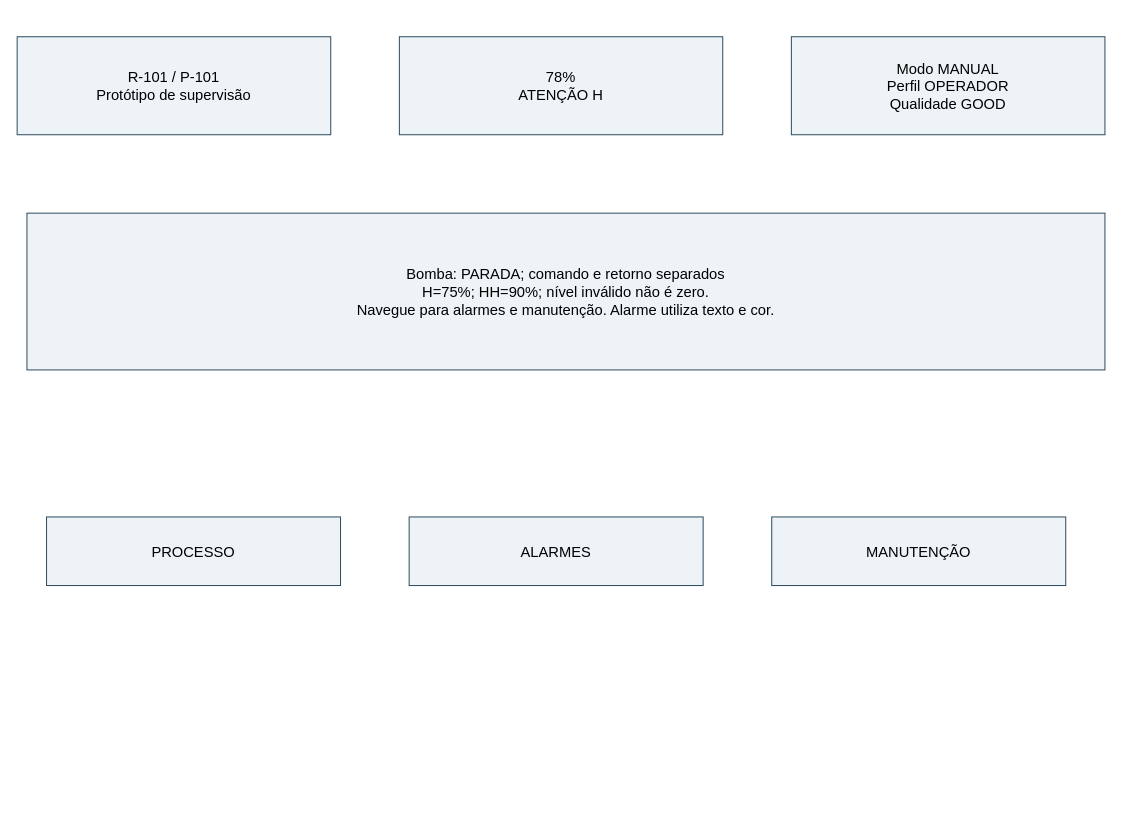
Before: page "TP08 - Processo - atenção" (4 of 11) of TP08/prototipo/prototipo.drawio in HomemDaGrana/sistemas-automatizados, a draw.io diagram. Source tidied: cells renumbered, new cells numbered last; positions are measured from the earlier drawing's top-left corner, leaving out a move shared by most shapes. Both pictures are drawn from the tidied source at 98%, with x=0, y=0 at pixel (17, 36).
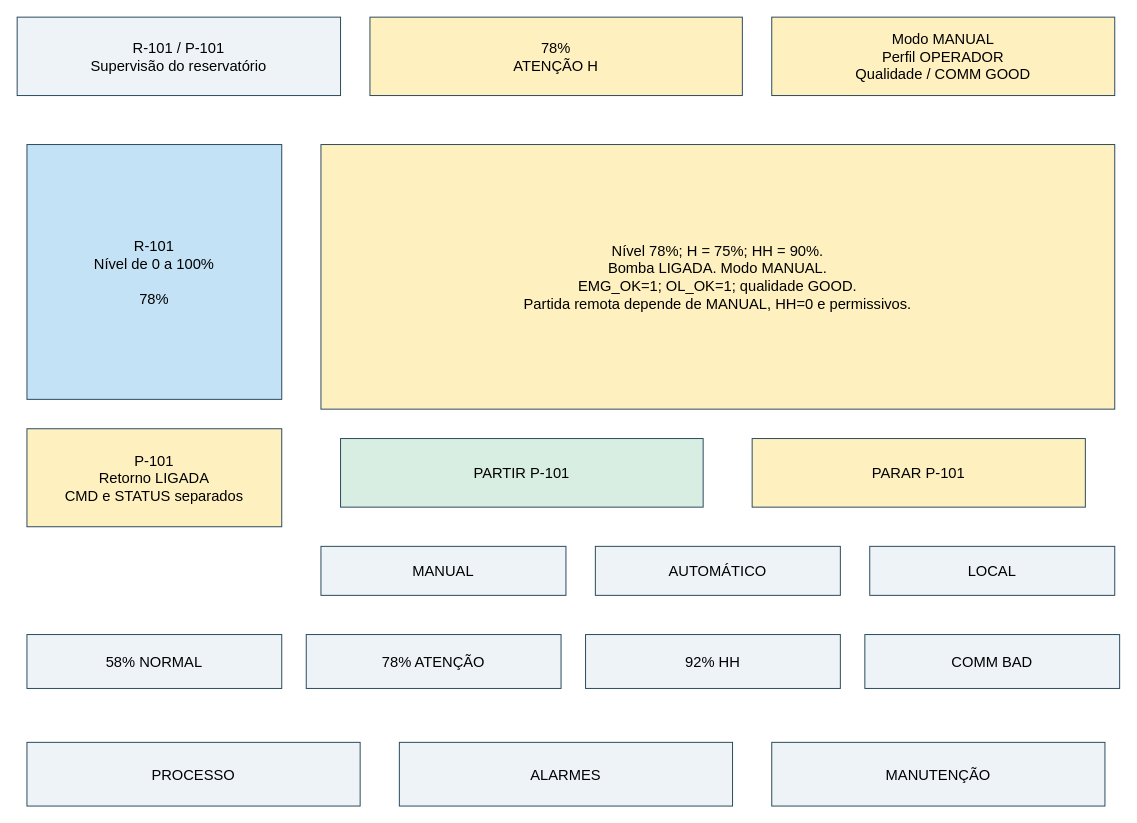
Above is the later version.

Diff of the diagram source:
```diff
@@
 <mxGraphModel>
   <root>
     <mxCell id="0" />
     <mxCell id="1" parent="0" />
-    <mxCell id="2" value="R-101 / P-101&lt;br&gt;Protótipo de supervisão" style="whiteSpace=wrap;html=1;fontSize=15;fontFamily=Arial;fillColor=#edf3f7;strokeColor=#29485c;" parent="1" vertex="1">
-      <mxGeometry width="320" height="100" as="geometry" />
-    </mxCell>
+    <mxCell id="9" value="R-101 / P-101&lt;br&gt;Supervisão do reservatório" style="whiteSpace=wrap;html=1;fontSize=15;fontFamily=Arial;fillColor=#edf3f7;strokeColor=#29485c;fillColor=#edf3f7;" parent="1" vertex="1">
+      <mxGeometry y="-20" width="330" height="80" as="geometry" />
+    </mxCell>
-    <mxCell id="3" value="78%&lt;br&gt;ATENÇÃO H" style="whiteSpace=wrap;html=1;fontSize=15;fontFamily=Arial;fillColor=#edf3f7;strokeColor=#29485c;" parent="1" vertex="1">
-      <mxGeometry x="390" width="330" height="100" as="geometry" />
+    <mxCell id="3" value="78%&lt;br&gt;ATENÇÃO H" style="whiteSpace=wrap;html=1;fontSize=15;fontFamily=Arial;fillColor=#edf3f7;strokeColor=#29485c;fillColor=#fff1bf;" parent="1" vertex="1">
+      <mxGeometry x="360" y="-20" width="380" height="80" as="geometry" />
     </mxCell>
-    <mxCell id="4" value="Modo MANUAL&lt;br&gt;Perfil OPERADOR&lt;br&gt;Qualidade GOOD" style="whiteSpace=wrap;html=1;fontSize=15;fontFamily=Arial;fillColor=#edf3f7;strokeColor=#29485c;" parent="1" vertex="1">
-      <mxGeometry x="790" width="320" height="100" as="geometry" />
+    <mxCell id="4" value="Modo MANUAL&lt;br&gt;Perfil OPERADOR&lt;br&gt;Qualidade / COMM GOOD" style="whiteSpace=wrap;html=1;fontSize=15;fontFamily=Arial;fillColor=#edf3f7;strokeColor=#29485c;fillColor=#fff1bf;" parent="1" vertex="1">
+      <mxGeometry x="770" y="-20" width="350" height="80" as="geometry" />
     </mxCell>
-    <mxCell id="5" value="Bomba: PARADA; comando e retorno separados&lt;br&gt;H=75%; HH=90%; nível inválido não é zero.&lt;br&gt;Navegue para alarmes e manutenção. Alarme utiliza texto e cor." style="whiteSpace=wrap;html=1;fontSize=15;fontFamily=Arial;fillColor=#edf3f7;strokeColor=#29485c;" parent="1" vertex="1">
-      <mxGeometry x="10" y="180" width="1100" height="160" as="geometry" />
-    </mxCell>
+    <mxCell id="10" value="R-101&lt;br&gt;Nível de 0 a 100%&lt;br&gt;&lt;br&gt;78%" style="whiteSpace=wrap;html=1;fontSize=15;fontFamily=Arial;fillColor=#edf3f7;strokeColor=#29485c;fillColor=#c3e2f5;" parent="1" vertex="1">
+      <mxGeometry x="10" y="110" width="260" height="260" as="geometry" />
+    </mxCell>
+    <mxCell id="11" value="P-101&lt;br&gt;Retorno LIGADA&lt;br&gt;CMD e STATUS separados" style="whiteSpace=wrap;html=1;fontSize=15;fontFamily=Arial;fillColor=#edf3f7;strokeColor=#29485c;fillColor=#fff1bf;" parent="1" vertex="1">
+      <mxGeometry x="10" y="400" width="260" height="100" as="geometry" />
+    </mxCell>
+    <mxCell id="12" value="Nível 78%; H = 75%; HH = 90%.&lt;br&gt;Bomba LIGADA. Modo MANUAL.&lt;br&gt;EMG_OK=1; OL_OK=1; qualidade GOOD.&lt;br&gt;Partida remota depende de MANUAL, HH=0 e permissivos." style="whiteSpace=wrap;html=1;fontSize=15;fontFamily=Arial;fillColor=#edf3f7;strokeColor=#29485c;fillColor=#fff1bf;" parent="1" vertex="1">
+      <mxGeometry x="310" y="110" width="810" height="270" as="geometry" />
+    </mxCell>
+    <mxCell id="13" value="PARTIR P-101" style="whiteSpace=wrap;html=1;fontSize=15;fontFamily=Arial;fillColor=#edf3f7;strokeColor=#29485c;fillColor=#d9eee2;" parent="1" vertex="1">
+      <mxGeometry x="330" y="410" width="370" height="70" as="geometry" />
+    </mxCell>
+    <mxCell id="14" value="PARAR P-101" style="whiteSpace=wrap;html=1;fontSize=15;fontFamily=Arial;fillColor=#edf3f7;strokeColor=#29485c;fillColor=#fff1bf;" parent="1" vertex="1">
+      <mxGeometry x="750" y="410" width="340" height="70" as="geometry" />
+    </mxCell>
+    <mxCell id="15" value="MANUAL" style="whiteSpace=wrap;html=1;fontSize=15;fontFamily=Arial;fillColor=#edf3f7;strokeColor=#29485c;fillColor=#edf3f7;" parent="1" vertex="1">
+      <mxGeometry x="310" y="520" width="250" height="50" as="geometry" />
+    </mxCell>
+    <mxCell id="16" value="AUTOMÁTICO" style="whiteSpace=wrap;html=1;fontSize=15;fontFamily=Arial;fillColor=#edf3f7;strokeColor=#29485c;fillColor=#edf3f7;" parent="1" vertex="1">
+      <mxGeometry x="590" y="520" width="250" height="50" as="geometry" />
+    </mxCell>
+    <mxCell id="17" value="LOCAL" style="whiteSpace=wrap;html=1;fontSize=15;fontFamily=Arial;fillColor=#edf3f7;strokeColor=#29485c;fillColor=#edf3f7;" parent="1" vertex="1">
+      <mxGeometry x="870" y="520" width="250" height="50" as="geometry" />
+    </mxCell>
+    <mxCell id="18" value="58% NORMAL" style="whiteSpace=wrap;html=1;fontSize=15;fontFamily=Arial;fillColor=#edf3f7;strokeColor=#29485c;fillColor=#edf3f7;" parent="1" vertex="1">
+      <mxGeometry x="10" y="610" width="260" height="55" as="geometry" />
+    </mxCell>
+    <mxCell id="19" value="78% ATENÇÃO" style="whiteSpace=wrap;html=1;fontSize=15;fontFamily=Arial;fillColor=#edf3f7;strokeColor=#29485c;fillColor=#edf3f7;" parent="1" vertex="1">
+      <mxGeometry x="295" y="610" width="260" height="55" as="geometry" />
+    </mxCell>
+    <mxCell id="20" value="92% HH" style="whiteSpace=wrap;html=1;fontSize=15;fontFamily=Arial;fillColor=#edf3f7;strokeColor=#29485c;fillColor=#edf3f7;" parent="1" vertex="1">
+      <mxGeometry x="580" y="610" width="260" height="55" as="geometry" />
+    </mxCell>
+    <mxCell id="21" value="COMM BAD" style="whiteSpace=wrap;html=1;fontSize=15;fontFamily=Arial;fillColor=#edf3f7;strokeColor=#29485c;fillColor=#edf3f7;" parent="1" vertex="1">
+      <mxGeometry x="865" y="610" width="260" height="55" as="geometry" />
+    </mxCell>
-    <mxCell id="6" value="PROCESSO" style="whiteSpace=wrap;html=1;fontSize=15;fontFamily=Arial;fillColor=#edf3f7;strokeColor=#29485c;" parent="1" vertex="1">
-      <mxGeometry x="30" y="490" width="300" height="70" as="geometry" />
+    <mxCell id="6" value="PROCESSO" style="whiteSpace=wrap;html=1;fontSize=15;fontFamily=Arial;fillColor=#edf3f7;strokeColor=#29485c;fillColor=#edf3f7;" parent="1" vertex="1">
+      <mxGeometry x="10" y="720" width="340" height="65" as="geometry" />
     </mxCell>
-    <mxCell id="7" value="ALARMES" style="whiteSpace=wrap;html=1;fontSize=15;fontFamily=Arial;fillColor=#edf3f7;strokeColor=#29485c;" parent="1" vertex="1">
-      <mxGeometry x="400" y="490" width="300" height="70" as="geometry" />
+    <mxCell id="7" value="ALARMES" style="whiteSpace=wrap;html=1;fontSize=15;fontFamily=Arial;fillColor=#edf3f7;strokeColor=#29485c;fillColor=#edf3f7;" parent="1" vertex="1">
+      <mxGeometry x="390" y="720" width="340" height="65" as="geometry" />
     </mxCell>
-    <mxCell id="8" value="MANUTENÇÃO" style="whiteSpace=wrap;html=1;fontSize=15;fontFamily=Arial;fillColor=#edf3f7;strokeColor=#29485c;" parent="1" vertex="1">
-      <mxGeometry x="770" y="490" width="300" height="70" as="geometry" />
+    <mxCell id="8" value="MANUTENÇÃO" style="whiteSpace=wrap;html=1;fontSize=15;fontFamily=Arial;fillColor=#edf3f7;strokeColor=#29485c;fillColor=#edf3f7;" parent="1" vertex="1">
+      <mxGeometry x="770" y="720" width="340" height="65" as="geometry" />
     </mxCell>
   </root>
 </mxGraphModel>
```
